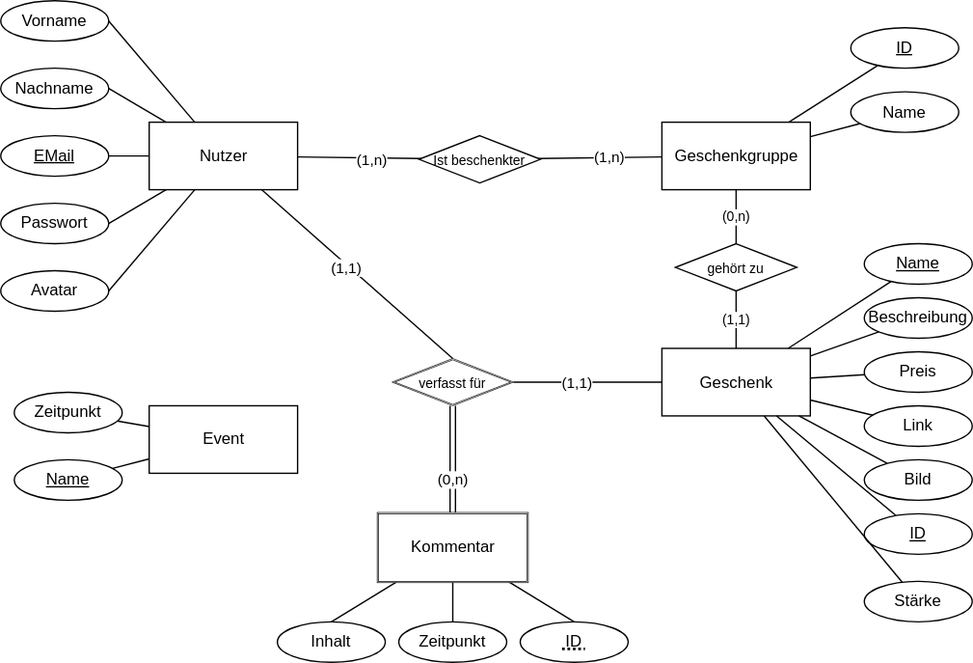
Above: drawio_diagrams/svg_files/gifts_er_model.svg in Ethanil/gifts (draw.io), before the change. Source tidied: cells renumbered, new cells last; positions are measured from the earlier drawing's top-left corner, leaving out a move shared by most shapes.
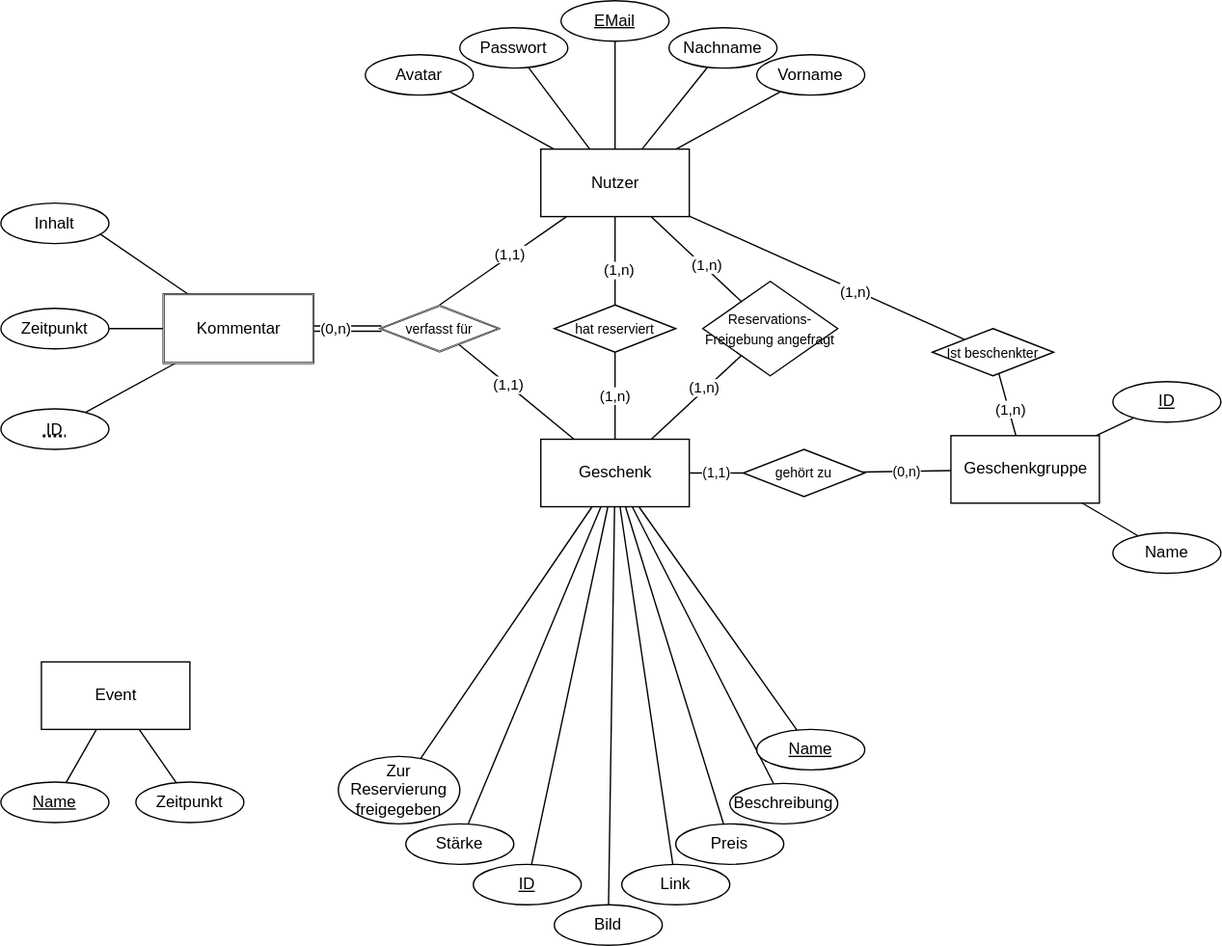
The same diagram one commit later.

Diff of the diagram source:
```diff
@@ -11,47 +11,38 @@
     <mxCell id="4" style="edgeStyle=none;html=1;fontSize=10;endArrow=none;endFill=0;" parent="1" edge="1" source="9" target="12">
       <mxGeometry relative="1" as="geometry" />
     </mxCell>
-    <mxCell id="5" style="edgeStyle=none;html=1;entryX=1;entryY=0.5;entryDx=0;entryDy=0;fontSize=10;endArrow=none;endFill=0;" parent="1" edge="1" source="9" target="11">
+    <mxCell id="5" style="edgeStyle=none;html=1;fontSize=10;endArrow=none;endFill=0;" parent="1" edge="1" source="9" target="11">
       <mxGeometry relative="1" as="geometry" />
     </mxCell>
-    <mxCell id="6" style="edgeStyle=none;html=1;entryX=1;entryY=0.5;entryDx=0;entryDy=0;fontSize=10;endArrow=none;endFill=0;" parent="1" edge="1" source="9" target="10">
+    <mxCell id="6" style="edgeStyle=none;html=1;fontSize=10;endArrow=none;endFill=0;" parent="1" edge="1" source="9" target="10">
       <mxGeometry relative="1" as="geometry" />
     </mxCell>
-    <mxCell id="7" style="edgeStyle=none;html=1;entryX=1;entryY=0.5;entryDx=0;entryDy=0;fontSize=10;endArrow=none;endFill=0;" parent="1" edge="1" source="9" target="13">
+    <mxCell id="7" style="edgeStyle=none;html=1;fontSize=10;endArrow=none;endFill=0;" parent="1" edge="1" source="9" target="13">
       <mxGeometry relative="1" as="geometry" />
     </mxCell>
-    <mxCell id="8" style="edgeStyle=none;html=1;entryX=1;entryY=0.5;entryDx=0;entryDy=0;fontSize=10;endArrow=none;endFill=0;" parent="1" edge="1" source="9" target="14">
+    <mxCell id="8" style="edgeStyle=none;html=1;fontSize=10;endArrow=none;endFill=0;" parent="1" edge="1" source="9" target="14">
       <mxGeometry relative="1" as="geometry" />
     </mxCell>
+    <mxCell id="66" style="edgeStyle=none;html=1;endArrow=none;endFill=0;" parent="1" edge="1" source="9" target="70">
+      <mxGeometry relative="1" as="geometry" />
+    </mxCell>
+    <mxCell id="67" value="(1,n)" style="edgeLabel;html=1;align=center;verticalAlign=middle;" parent="66" vertex="1">
+      <mxGeometry x="0.18" y="2" relative="1" as="geometry" />
+    </mxCell>
     <mxCell id="9" value="Nutzer" style="html=1;" parent="1" vertex="1">
-      <mxGeometry x="110" y="90" width="110" height="50" as="geometry" />
+      <mxGeometry x="400" y="110" width="110" height="50" as="geometry" />
     </mxCell>
-    <mxCell id="10" value="Vorname" style="ellipse;whiteSpace=wrap;html=1;" parent="1" vertex="1">
-      <mxGeometry width="80" height="30" as="geometry" />
-    </mxCell>
-    <mxCell id="11" value="Nachname" style="ellipse;whiteSpace=wrap;html=1;" parent="1" vertex="1">
-      <mxGeometry y="50" width="80" height="30" as="geometry" />
-    </mxCell>
-    <mxCell id="12" value="&lt;u&gt;EMail&lt;/u&gt;" style="ellipse;whiteSpace=wrap;html=1;" parent="1" vertex="1">
-      <mxGeometry y="100" width="80" height="30" as="geometry" />
-    </mxCell>
-    <mxCell id="13" value="Passwort" style="ellipse;whiteSpace=wrap;html=1;" parent="1" vertex="1">
-      <mxGeometry y="150" width="80" height="30" as="geometry" />
-    </mxCell>
-    <mxCell id="14" value="Avatar" style="ellipse;whiteSpace=wrap;html=1;" parent="1" vertex="1">
-      <mxGeometry y="200" width="80" height="30" as="geometry" />
-    </mxCell>
-    <mxCell id="15" value="(0,n)" style="edgeStyle=none;html=1;entryX=0.5;entryY=0;entryDx=0;entryDy=0;fontSize=10;endArrow=none;endFill=0;" parent="1" edge="1" source="16" target="47">
+    <mxCell id="15" value="(0,n)" style="edgeStyle=none;html=1;fontSize=10;endArrow=none;endFill=0;" parent="1" edge="1" source="16" target="47">
       <mxGeometry relative="1" as="geometry" />
     </mxCell>
     <mxCell id="16" value="Geschenkgruppe" style="html=1;" parent="1" vertex="1">
-      <mxGeometry x="490" y="90" width="110" height="50" as="geometry" />
+      <mxGeometry x="703.8" y="322.3" width="110" height="50" as="geometry" />
     </mxCell>
     <mxCell id="17" style="edgeStyle=none;html=1;fontSize=10;endArrow=none;endFill=0;" parent="1" edge="1" source="18" target="16">
       <mxGeometry relative="1" as="geometry" />
     </mxCell>
     <mxCell id="18" value="&lt;u&gt;ID&lt;/u&gt;" style="ellipse;whiteSpace=wrap;html=1;" parent="1" vertex="1">
-      <mxGeometry x="630" y="20" width="80" height="30" as="geometry" />
+      <mxGeometry x="823.8" y="282.3" width="80" height="30" as="geometry" />
     </mxCell>
     <mxCell id="19" style="edgeStyle=none;html=1;fontSize=10;endArrow=none;endFill=0;" parent="1" edge="1" source="23" target="16">
       <mxGeometry relative="1" as="geometry" />
@@ -66,57 +57,45 @@
       <mxGeometry x="-0.2" y="1" relative="1" as="geometry" />
     </mxCell>
     <mxCell id="23" value="&lt;font style=&quot;font-size: 10px;&quot;&gt;Ist beschenkter&lt;/font&gt;" style="rhombus;whiteSpace=wrap;html=1;" parent="1" vertex="1">
-      <mxGeometry x="310" y="100" width="90" height="35" as="geometry" />
+      <mxGeometry x="690" y="243" width="90" height="35" as="geometry" />
     </mxCell>
-    <mxCell id="24" style="edgeStyle=none;html=1;entryX=1;entryY=0.5;entryDx=0;entryDy=0;fontSize=10;endArrow=none;endFill=0;" parent="1" edge="1" source="26" target="61">
+    <mxCell id="24" style="edgeStyle=none;html=1;fontSize=10;endArrow=none;endFill=0;" parent="1" edge="1" source="26" target="62">
       <mxGeometry relative="1" as="geometry" />
     </mxCell>
     <mxCell id="25" value="(1,1)" style="edgeLabel;html=1;align=center;verticalAlign=middle;" parent="24" vertex="1">
       <mxGeometry x="0.15" relative="1" as="geometry" />
     </mxCell>
+    <mxCell id="68" style="edgeStyle=none;html=1;endArrow=none;endFill=0;" parent="1" edge="1" source="26" target="77">
+      <mxGeometry relative="1" as="geometry" />
+    </mxCell>
     <mxCell id="26" value="Geschenk" style="html=1;" parent="1" vertex="1">
-      <mxGeometry x="490" y="257.5" width="110" height="50" as="geometry" />
+      <mxGeometry x="400" y="325" width="110" height="50" as="geometry" />
     </mxCell>
     <mxCell id="27" style="edgeStyle=none;html=1;fontSize=10;endArrow=none;endFill=0;" parent="1" edge="1" source="28" target="26">
       <mxGeometry relative="1" as="geometry" />
     </mxCell>
-    <mxCell id="28" value="&lt;u&gt;Name&lt;/u&gt;" style="ellipse;whiteSpace=wrap;html=1;" parent="1" vertex="1">
-      <mxGeometry x="640" y="180" width="80" height="30" as="geometry" />
-    </mxCell>
     <mxCell id="29" style="edgeStyle=none;html=1;fontSize=10;endArrow=none;endFill=0;" parent="1" edge="1" source="30" target="26">
       <mxGeometry relative="1" as="geometry" />
     </mxCell>
-    <mxCell id="30" value="Beschreibung" style="ellipse;whiteSpace=wrap;html=1;" parent="1" vertex="1">
-      <mxGeometry x="640" y="220" width="80" height="30" as="geometry" />
-    </mxCell>
     <mxCell id="31" style="edgeStyle=none;html=1;fontSize=10;endArrow=none;endFill=0;" parent="1" edge="1" source="32" target="26">
       <mxGeometry relative="1" as="geometry" />
     </mxCell>
-    <mxCell id="32" value="Preis" style="ellipse;whiteSpace=wrap;html=1;" parent="1" vertex="1">
-      <mxGeometry x="640" y="260" width="80" height="30" as="geometry" />
-    </mxCell>
     <mxCell id="33" style="edgeStyle=none;html=1;fontSize=10;endArrow=none;endFill=0;" parent="1" edge="1" source="34" target="26">
       <mxGeometry relative="1" as="geometry" />
     </mxCell>
-    <mxCell id="34" value="Link" style="ellipse;whiteSpace=wrap;html=1;" parent="1" vertex="1">
-      <mxGeometry x="640" y="300" width="80" height="30" as="geometry" />
-    </mxCell>
     <mxCell id="35" style="edgeStyle=none;html=1;fontSize=10;endArrow=none;endFill=0;" parent="1" edge="1" source="36" target="26">
       <mxGeometry relative="1" as="geometry" />
     </mxCell>
-    <mxCell id="36" value="Bild" style="ellipse;whiteSpace=wrap;html=1;" parent="1" vertex="1">
-      <mxGeometry x="640" y="340" width="80" height="30" as="geometry" />
-    </mxCell>
-    <mxCell id="37" style="edgeStyle=none;html=1;entryX=0.5;entryY=1;entryDx=0;entryDy=0;fontSize=10;endArrow=none;endFill=0;shape=link;" parent="1" edge="1" source="59" target="61">
+    <mxCell id="37" style="edgeStyle=none;html=1;fontSize=10;endArrow=none;endFill=0;shape=link;" parent="1" edge="1" source="59" target="62">
       <mxGeometry relative="1" as="geometry" />
     </mxCell>
     <mxCell id="38" value="(0,n)" style="edgeLabel;html=1;align=center;verticalAlign=middle;" parent="37" vertex="1">
       <mxGeometry x="-0.36" y="1" relative="1" as="geometry" />
     </mxCell>
-    <mxCell id="39" style="edgeStyle=none;html=1;entryX=0.5;entryY=0;entryDx=0;entryDy=0;fontSize=10;endArrow=none;endFill=0;" parent="1" edge="1" source="59" target="64">
+    <mxCell id="39" style="edgeStyle=none;html=1;fontSize=10;endArrow=none;endFill=0;" parent="1" edge="1" source="59" target="64">
       <mxGeometry relative="1" as="geometry" />
     </mxCell>
-    <mxCell id="40" style="edgeStyle=none;html=1;entryX=0.5;entryY=0;entryDx=0;entryDy=0;fontSize=10;endArrow=none;endFill=0;" parent="1" edge="1" source="59" target="45">
+    <mxCell id="40" style="edgeStyle=none;html=1;fontSize=10;endArrow=none;endFill=0;" parent="1" edge="1" source="59" target="45">
       <mxGeometry relative="1" as="geometry" />
     </mxCell>
     <mxCell id="41" style="edgeStyle=none;html=1;entryX=0.5;entryY=0;entryDx=0;entryDy=0;fontSize=10;endArrow=none;endFill=0;" parent="1" edge="1" source="59" target="44">
@@ -125,31 +104,21 @@
     <mxCell id="42" style="edgeStyle=none;html=1;fontSize=10;endArrow=none;endFill=0;" parent="1" edge="1" source="43" target="26">
       <mxGeometry relative="1" as="geometry" />
     </mxCell>
-    <mxCell id="43" value="&lt;u&gt;ID&lt;/u&gt;" style="ellipse;whiteSpace=wrap;html=1;" parent="1" vertex="1">
-      <mxGeometry x="640" y="380" width="80" height="30" as="geometry" />
-    </mxCell>
     <mxCell id="44" value="Inhalt" style="ellipse;whiteSpace=wrap;html=1;" parent="1" vertex="1">
-      <mxGeometry x="205" y="460" width="80" height="30" as="geometry" />
+      <mxGeometry y="150" width="80" height="30" as="geometry" />
     </mxCell>
     <mxCell id="45" value="Zeitpunkt" style="ellipse;whiteSpace=wrap;html=1;" parent="1" vertex="1">
-      <mxGeometry x="295" y="460" width="80" height="30" as="geometry" />
+      <mxGeometry y="228" width="80" height="30" as="geometry" />
     </mxCell>
     <mxCell id="46" value="(1,1)" style="edgeStyle=none;html=1;fontSize=10;endArrow=none;endFill=0;" parent="1" edge="1" source="47" target="26">
-      <mxGeometry x="0.01" relative="1" as="geometry">
-        <Array as="points">
-          <mxPoint x="545" y="240" />
-        </Array>
-      </mxGeometry>
+      <mxGeometry relative="1" as="geometry" />
     </mxCell>
     <mxCell id="47" value="&lt;font style=&quot;font-size: 10px;&quot;&gt;gehört zu&lt;/font&gt;" style="rhombus;whiteSpace=wrap;html=1;" parent="1" vertex="1">
-      <mxGeometry x="500" y="180" width="90" height="35" as="geometry" />
+      <mxGeometry x="550" y="332.5" width="90" height="35" as="geometry" />
     </mxCell>
     <mxCell id="48" style="edgeStyle=none;html=1;fontSize=10;endArrow=none;endFill=0;" parent="1" edge="1" source="49" target="26">
       <mxGeometry relative="1" as="geometry" />
     </mxCell>
-    <mxCell id="49" value="Stärke" style="ellipse;whiteSpace=wrap;html=1;" parent="1" vertex="1">
-      <mxGeometry x="640" y="430" width="80" height="30" as="geometry" />
-    </mxCell>
     <mxCell id="50" style="edgeStyle=none;html=1;fontSize=10;endArrow=none;endFill=0;" parent="1" edge="1" source="52" target="53">
       <mxGeometry relative="1" as="geometry" />
     </mxCell>
@@ -157,22 +126,22 @@
       <mxGeometry relative="1" as="geometry" />
     </mxCell>
     <mxCell id="52" value="Event" style="html=1;" parent="1" vertex="1">
-      <mxGeometry x="110" y="300" width="110" height="50" as="geometry" />
+      <mxGeometry x="30" y="490" width="110" height="50" as="geometry" />
     </mxCell>
     <mxCell id="53" value="Zeitpunkt" style="ellipse;whiteSpace=wrap;html=1;" parent="1" vertex="1">
-      <mxGeometry x="10" y="290" width="80" height="30" as="geometry" />
+      <mxGeometry x="100" y="579" width="80" height="30" as="geometry" />
     </mxCell>
     <mxCell id="54" value="&lt;u&gt;Name&lt;/u&gt;" style="ellipse;whiteSpace=wrap;html=1;" parent="1" vertex="1">
-      <mxGeometry x="10" y="340" width="80" height="30" as="geometry" />
+      <mxGeometry y="579" width="80" height="30" as="geometry" />
     </mxCell>
     <mxCell id="55" style="edgeStyle=none;html=1;endArrow=none;endFill=0;" parent="1" edge="1" source="56" target="16">
       <mxGeometry relative="1" as="geometry" />
     </mxCell>
     <mxCell id="56" value="Name" style="ellipse;whiteSpace=wrap;html=1;" parent="1" vertex="1">
-      <mxGeometry x="630" y="67.5" width="80" height="30" as="geometry" />
+      <mxGeometry x="823.8" y="394.3" width="80" height="30" as="geometry" />
     </mxCell>
     <mxCell id="57" style="group;" parent="1" vertex="1">
-      <mxGeometry x="279" y="379" width="112" height="52" as="geometry" />
+      <mxGeometry x="120" y="217" width="112" height="52" as="geometry" />
     </mxCell>
     <mxCell id="58" value="Kommentar" style="html=1;strokeColor=default;perimeterSpacing=0;strokeWidth=0.5;shadow=0;rounded=0;glass=0;backgroundOutline=0;fixDash=0;" parent="57" vertex="1">
       <mxGeometry width="112" height="52" as="geometry" />
@@ -181,7 +150,7 @@
       <mxGeometry x="1" y="1" width="110" height="50" as="geometry" />
     </mxCell>
     <mxCell id="60" style="group;" parent="1" vertex="1">
-      <mxGeometry x="290" y="265" width="90" height="35" as="geometry" />
+      <mxGeometry x="280" y="225.5" width="90" height="35" as="geometry" />
     </mxCell>
     <mxCell id="61" value="&lt;font style=&quot;font-size: 10px;&quot;&gt;verfasst für&lt;/font&gt;" style="rhombus;whiteSpace=wrap;html=1;strokeWidth=0.5;" parent="60" vertex="1">
       <mxGeometry width="90" height="35" as="geometry" />
@@ -190,7 +159,7 @@
       <mxGeometry x="2" y="1" width="86" height="33" as="geometry" />
     </mxCell>
     <mxCell id="63" style="group;" parent="1" vertex="1">
-      <mxGeometry x="385" y="460" width="80" height="30" as="geometry" />
+      <mxGeometry y="302.5" width="80" height="30" as="geometry" />
     </mxCell>
     <mxCell id="64" value="ID" style="ellipse;whiteSpace=wrap;html=1;" parent="63" vertex="1">
       <mxGeometry width="80" height="30" as="geometry" />
@@ -201,5 +170,68 @@
         <mxPoint x="48" y="20" as="targetPoint" />
       </mxGeometry>
     </mxCell>
+    <mxCell id="69" value="(1,n)" style="edgeStyle=none;html=1;endArrow=none;endFill=0;" parent="1" edge="1" source="70" target="26">
+      <mxGeometry x="-0.01" relative="1" as="geometry" />
+    </mxCell>
+    <mxCell id="70" value="&lt;font style=&quot;font-size: 10px;&quot;&gt;hat reserviert&lt;/font&gt;" style="rhombus;whiteSpace=wrap;html=1;" parent="1" vertex="1">
+      <mxGeometry x="410" y="225.5" width="90" height="35" as="geometry" />
+    </mxCell>
+    <mxCell id="71" style="edgeStyle=none;html=1;endArrow=none;endFill=0;" parent="1" edge="1" source="9" target="73">
+      <mxGeometry relative="1" as="geometry" />
+    </mxCell>
+    <mxCell id="72" value="(1,n)" style="edgeLabel;html=1;align=center;verticalAlign=middle;" parent="71" vertex="1">
+      <mxGeometry x="0.18" y="2" relative="1" as="geometry" />
+    </mxCell>
+    <mxCell id="73" value="&lt;font style=&quot;font-size: 10px;&quot;&gt;Reservations-Freigebung angefragt&lt;/font&gt;" style="rhombus;whiteSpace=wrap;html=1;" parent="1" vertex="1">
+      <mxGeometry x="520" y="208" width="100" height="70" as="geometry" />
+    </mxCell>
+    <mxCell id="74" style="edgeStyle=none;html=1;endArrow=none;endFill=0;" parent="1" edge="1" source="26" target="73">
+      <mxGeometry relative="1" as="geometry" />
+    </mxCell>
+    <mxCell id="75" value="(1,n)" style="edgeLabel;html=1;align=center;verticalAlign=middle;" parent="74" vertex="1">
+      <mxGeometry x="0.18" y="2" relative="1" as="geometry" />
+    </mxCell>
+    <mxCell id="76" style="group;" parent="1" vertex="1">
+      <mxGeometry x="250" y="540" width="390" height="160" as="geometry" />
+    </mxCell>
+    <mxCell id="28" value="&lt;u&gt;Name&lt;/u&gt;" style="ellipse;whiteSpace=wrap;html=1;" parent="76" vertex="1">
+      <mxGeometry x="310" width="80" height="30" as="geometry" />
+    </mxCell>
+    <mxCell id="30" value="Beschreibung" style="ellipse;whiteSpace=wrap;html=1;" parent="76" vertex="1">
+      <mxGeometry x="290" y="40" width="80" height="30" as="geometry" />
+    </mxCell>
+    <mxCell id="32" value="Preis" style="ellipse;whiteSpace=wrap;html=1;" parent="76" vertex="1">
+      <mxGeometry x="250" y="70" width="80" height="30" as="geometry" />
+    </mxCell>
+    <mxCell id="34" value="Link" style="ellipse;whiteSpace=wrap;html=1;" parent="76" vertex="1">
+      <mxGeometry x="210" y="100" width="80" height="30" as="geometry" />
+    </mxCell>
+    <mxCell id="36" value="Bild" style="ellipse;whiteSpace=wrap;html=1;" parent="76" vertex="1">
+      <mxGeometry x="160" y="130" width="80" height="30" as="geometry" />
+    </mxCell>
+    <mxCell id="43" value="&lt;u&gt;ID&lt;/u&gt;" style="ellipse;whiteSpace=wrap;html=1;" parent="76" vertex="1">
+      <mxGeometry x="100" y="100" width="80" height="30" as="geometry" />
+    </mxCell>
+    <mxCell id="49" value="Stärke" style="ellipse;whiteSpace=wrap;html=1;" parent="76" vertex="1">
+      <mxGeometry x="50" y="70" width="80" height="30" as="geometry" />
+    </mxCell>
+    <mxCell id="77" value="Zur Reservierung freigegeben" style="ellipse;whiteSpace=wrap;html=1;" parent="76" vertex="1">
+      <mxGeometry y="20" width="90" height="50" as="geometry" />
+    </mxCell>
+    <mxCell id="12" value="&lt;u&gt;EMail&lt;/u&gt;" style="ellipse;whiteSpace=wrap;html=1;" parent="1" vertex="1">
+      <mxGeometry x="415" width="80" height="30" as="geometry" />
+    </mxCell>
+    <mxCell id="10" value="Vorname" style="ellipse;whiteSpace=wrap;html=1;" parent="1" vertex="1">
+      <mxGeometry x="560" y="40" width="80" height="30" as="geometry" />
+    </mxCell>
+    <mxCell id="11" value="Nachname" style="ellipse;whiteSpace=wrap;html=1;" parent="1" vertex="1">
+      <mxGeometry x="495" y="20" width="80" height="30" as="geometry" />
+    </mxCell>
+    <mxCell id="13" value="Passwort" style="ellipse;whiteSpace=wrap;html=1;" parent="1" vertex="1">
+      <mxGeometry x="340" y="20" width="80" height="30" as="geometry" />
+    </mxCell>
+    <mxCell id="14" value="Avatar" style="ellipse;whiteSpace=wrap;html=1;" parent="1" vertex="1">
+      <mxGeometry x="270" y="40" width="80" height="30" as="geometry" />
+    </mxCell>
   </root>
 </mxGraphModel>
```
